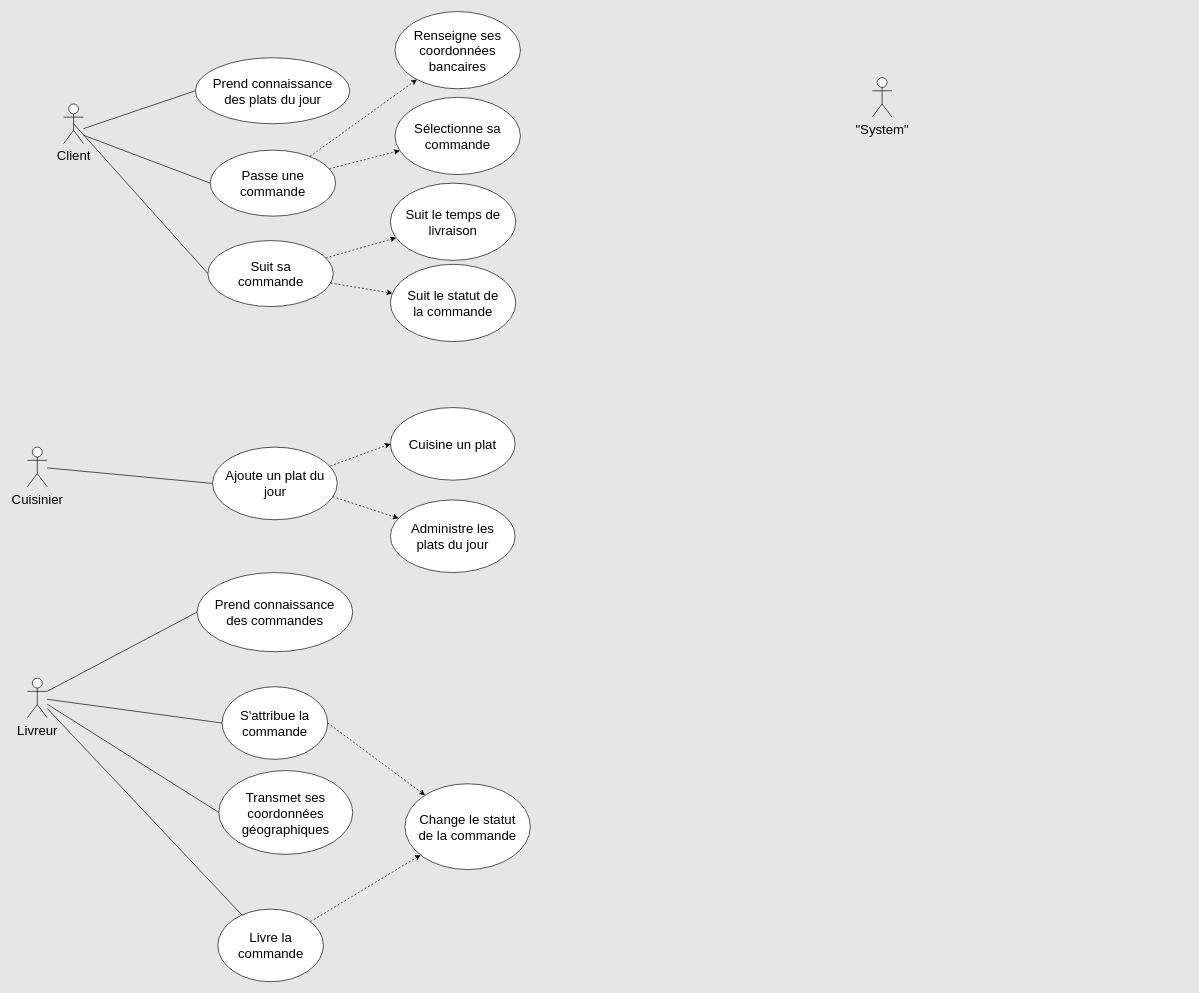
This is page "Diagramme de cas d'utilisation" (1 of 4) of P4_jourde_florian/P4_01_schémaUML/ExpressFood - Domain Driven Design.drawio from FlorianJourde/OpenClassrooms-3-Design-the-technical-solution-for-an-online-restaurant-application-ExpressFood, a draw.io file, before an edit. Source tidied: cells renumbered, new cells numbered last; positions are measured from the earlier drawing's top-left corner, leaving out a move shared by most shapes. Both pictures are drawn from the tidied source at 66%, with x=0, y=0 at pixel (27, 11).
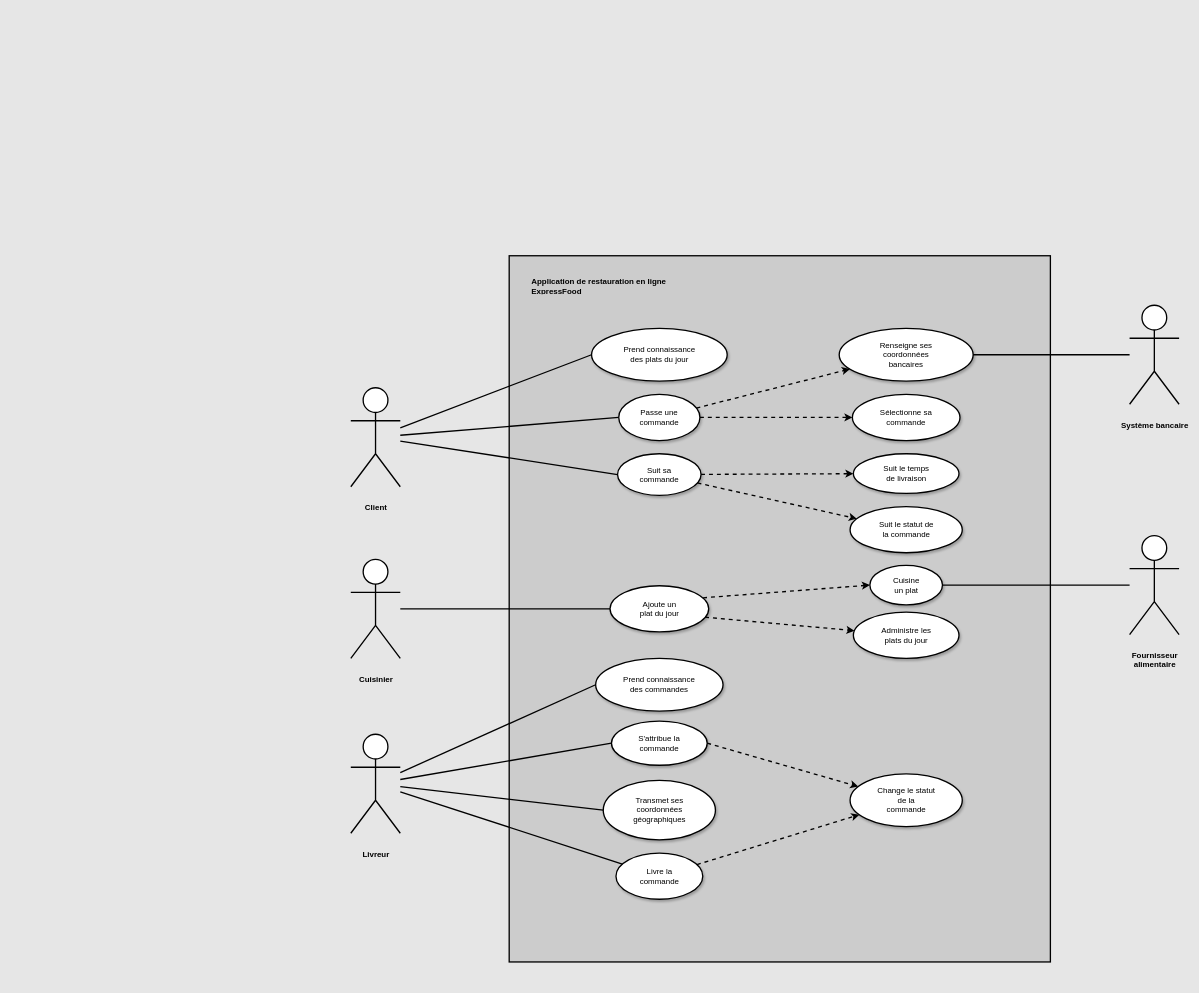
After the change.

The edit, as a diff of the source:
```diff
@@
+    <mxCell id="37" style="rounded=0;whiteSpace=wrap;html=1;shadow=0;labelBackgroundColor=none;labelBorderColor=none;fontSize=12;fontColor=default;strokeWidth=2;fillColor=#CCCCCC;" parent="1" vertex="1">
+      <mxGeometry x="730" y="370" width="820" height="1070" as="geometry" />
+    </mxCell>
-    <mxCell id="2" value="Client" style="shape=umlActor;verticalLabelPosition=bottom;verticalAlign=top;html=1;outlineConnect=0;fontSize=20;" parent="1" vertex="1">
-      <mxGeometry x="55" y="140" width="30" height="60" as="geometry" />
+    <mxCell id="2" value="Client" style="shape=umlActor;verticalLabelPosition=bottom;verticalAlign=top;html=1;outlineConnect=0;fontSize=12;strokeWidth=2;spacing=20;align=center;fontStyle=1;" parent="1" vertex="1">
+      <mxGeometry x="490" y="570" width="75" height="150" as="geometry" />
     </mxCell>
-    <mxCell id="3" value="Cuisinier&lt;br&gt;" style="shape=umlActor;verticalLabelPosition=bottom;verticalAlign=top;html=1;outlineConnect=0;fontSize=20;" parent="1" vertex="1">
-      <mxGeometry y="660" width="30" height="60" as="geometry" />
-    </mxCell>
-    <mxCell id="4" value="Livreur" style="shape=umlActor;verticalLabelPosition=bottom;verticalAlign=top;html=1;outlineConnect=0;fontSize=20;" parent="1" vertex="1">
-      <mxGeometry y="1010" width="30" height="60" as="geometry" />
+    <mxCell id="4" value="Livreur" style="shape=umlActor;verticalLabelPosition=bottom;verticalAlign=top;html=1;outlineConnect=0;fontSize=12;strokeWidth=2;spacing=20;align=center;fontStyle=1;" parent="1" vertex="1">
+      <mxGeometry x="490" y="1095" width="75" height="150" as="geometry" />
     </mxCell>
-    <mxCell id="5" style="endArrow=none;html=1;rounded=0;fontSize=20;entryX=0;entryY=0.5;entryDx=0;entryDy=0;" parent="1" edge="1" source="3" target="21">
+    <mxCell id="5" style="endArrow=none;html=1;rounded=0;fontSize=12;entryX=0;entryY=0.5;entryDx=0;entryDy=0;strokeWidth=2;spacing=40;align=center;verticalAlign=middle;" parent="1" edge="1" source="3" target="21">
       <mxGeometry relative="1" as="geometry" />
     </mxCell>
-    <mxCell id="6" style="endArrow=none;html=1;rounded=0;fontSize=20;entryX=0;entryY=0.5;entryDx=0;entryDy=0;" parent="1" edge="1" target="11">
-      <mxGeometry relative="1" as="geometry">
-        <mxPoint x="85" y="177.4" as="sourcePoint" />
-      </mxGeometry>
+    <mxCell id="6" style="endArrow=none;html=1;rounded=0;fontSize=12;entryX=0;entryY=0.5;entryDx=0;entryDy=0;strokeWidth=2;spacing=40;align=center;verticalAlign=middle;" parent="1" edge="1" source="2" target="11">
+      <mxGeometry relative="1" as="geometry" />
     </mxCell>
-    <mxCell id="7" style="endArrow=none;html=1;rounded=0;fontSize=20;entryX=0;entryY=0.5;entryDx=0;entryDy=0;" parent="1" edge="1" target="10">
-      <mxGeometry relative="1" as="geometry">
-        <mxPoint x="85" y="187.4" as="sourcePoint" />
-      </mxGeometry>
+    <mxCell id="7" style="endArrow=none;html=1;rounded=0;fontSize=12;entryX=0;entryY=0.5;entryDx=0;entryDy=0;strokeWidth=2;spacing=40;align=center;verticalAlign=middle;" parent="1" edge="1" source="2" target="10">
+      <mxGeometry relative="1" as="geometry" />
     </mxCell>
-    <mxCell id="8" style="endArrow=none;html=1;rounded=0;fontSize=20;entryX=0;entryY=0.5;entryDx=0;entryDy=0;" parent="1" edge="1" source="4" target="9">
+    <mxCell id="8" style="endArrow=none;html=1;rounded=0;fontSize=12;entryX=0;entryY=0.5;entryDx=0;entryDy=0;strokeWidth=2;spacing=40;align=center;verticalAlign=middle;" parent="1" edge="1" source="4" target="9">
       <mxGeometry relative="1" as="geometry" />
     </mxCell>
-    <mxCell id="9" value="&lt;span&gt;S'attribue la commande&lt;br&gt;&lt;/span&gt;" style="ellipse;whiteSpace=wrap;html=1;fontSize=20;spacing=20;" parent="1" vertex="1">
-      <mxGeometry x="295" y="1023" width="160" height="110" as="geometry" />
+    <mxCell id="9" value="&lt;span style=&quot;font-size: 12px;&quot;&gt;S'attribue la commande&lt;br style=&quot;font-size: 12px;&quot;&gt;&lt;/span&gt;" style="ellipse;whiteSpace=wrap;html=1;fontSize=12;spacing=2;strokeWidth=2;align=center;verticalAlign=middle;spacingTop=20;spacingBottom=20;spacingLeft=40;spacingRight=40;shadow=1;" parent="1" vertex="1">
+      <mxGeometry x="885" y="1075" width="145" height="67" as="geometry" />
     </mxCell>
-    <mxCell id="10" value="Passe une commande" style="ellipse;whiteSpace=wrap;html=1;fontSize=20;spacing=20;" parent="1" vertex="1">
-      <mxGeometry x="277" y="210" width="190" height="100" as="geometry" />
+    <mxCell id="10" value="Passe une commande" style="ellipse;whiteSpace=wrap;html=1;fontSize=12;spacing=2;strokeWidth=2;align=center;verticalAlign=middle;spacingTop=20;spacingBottom=20;spacingLeft=40;spacingRight=40;shadow=1;" parent="1" vertex="1">
+      <mxGeometry x="896" y="580" width="123" height="70" as="geometry" />
     </mxCell>
-    <mxCell id="11" value="Prend connaissance des plats du jour" style="ellipse;whiteSpace=wrap;html=1;fontSize=20;spacing=20;" parent="1" vertex="1">
-      <mxGeometry x="254.5" y="70" width="234" height="100" as="geometry" />
+    <mxCell id="11" value="Prend connaissance des plats du jour" style="ellipse;whiteSpace=wrap;html=1;fontSize=12;spacing=2;strokeWidth=2;align=center;verticalAlign=middle;spacingTop=20;spacingBottom=20;spacingLeft=40;spacingRight=40;shadow=1;" parent="1" vertex="1">
+      <mxGeometry x="854.8" y="480" width="205.5" height="80" as="geometry" />
     </mxCell>
-    <mxCell id="12" value="Prend connaissance des commandes" style="ellipse;whiteSpace=wrap;html=1;fontSize=20;spacing=20;" parent="1" vertex="1">
-      <mxGeometry x="257" y="850" width="236" height="120" as="geometry" />
+    <mxCell id="12" value="Prend connaissance des commandes" style="ellipse;whiteSpace=wrap;html=1;fontSize=12;spacing=2;strokeWidth=2;align=center;verticalAlign=middle;spacingTop=20;spacingBottom=20;spacingLeft=40;spacingRight=40;shadow=1;" parent="1" vertex="1">
+      <mxGeometry x="861" y="980" width="193" height="80" as="geometry" />
     </mxCell>
-    <mxCell id="13" style="endArrow=none;html=1;rounded=0;fontSize=20;entryX=0;entryY=0.5;entryDx=0;entryDy=0;exitX=1;exitY=0.3333333333333333;exitDx=0;exitDy=0;exitPerimeter=0;" parent="1" edge="1" source="4" target="12">
+    <mxCell id="13" style="endArrow=none;html=1;rounded=0;fontSize=12;entryX=0;entryY=0.5;entryDx=0;entryDy=0;strokeWidth=2;spacing=40;align=center;verticalAlign=middle;" parent="1" edge="1" source="4" target="12">
       <mxGeometry relative="1" as="geometry" />
     </mxCell>
-    <mxCell id="14" value="Transmet ses coordonnées géographiques" style="ellipse;whiteSpace=wrap;html=1;fontSize=20;spacing=20;" parent="1" vertex="1">
-      <mxGeometry x="290" y="1150" width="203" height="127" as="geometry" />
+    <mxCell id="14" value="Transmet ses coordonnées géographiques" style="ellipse;whiteSpace=wrap;html=1;fontSize=12;spacing=2;strokeWidth=2;align=center;verticalAlign=middle;spacingTop=20;spacingBottom=20;spacingLeft=40;spacingRight=40;shadow=1;" parent="1" vertex="1">
+      <mxGeometry x="872.5" y="1165" width="170" height="90" as="geometry" />
     </mxCell>
-    <mxCell id="15" style="endArrow=none;html=1;rounded=0;fontSize=20;entryX=0;entryY=0.5;entryDx=0;entryDy=0;" parent="1" edge="1" source="4" target="14">
+    <mxCell id="15" style="endArrow=none;html=1;rounded=0;fontSize=12;entryX=0;entryY=0.5;entryDx=0;entryDy=0;strokeWidth=2;spacing=40;align=center;verticalAlign=middle;" parent="1" edge="1" source="4" target="14">
       <mxGeometry relative="1" as="geometry" />
     </mxCell>
-    <mxCell id="16" value="Renseigne ses coordonnées bancaires" style="ellipse;whiteSpace=wrap;html=1;fontSize=20;spacing=20;" parent="1" vertex="1">
-      <mxGeometry x="557" width="190" height="117" as="geometry" />
+    <mxCell id="16" value="Renseigne ses coordonnées bancaires" style="ellipse;fontSize=12;spacing=2;labelBorderColor=none;strokeWidth=2;align=center;verticalAlign=middle;spacingTop=20;spacingBottom=20;spacingLeft=40;spacingRight=40;shadow=1;whiteSpace=wrap;html=1;labelBackgroundColor=none;fillColor=default;fontColor=default;" parent="1" vertex="1">
+      <mxGeometry x="1230" y="480" width="203" height="80" as="geometry" />
     </mxCell>
-    <mxCell id="17" style="endArrow=classic;dashed=1;html=1;rounded=0;endFill=1;spacing=20;" parent="1" edge="1" source="10" target="16">
+    <mxCell id="17" style="endArrow=classic;dashed=1;html=1;rounded=0;endFill=1;spacing=2;fontSize=12;strokeWidth=2;align=center;verticalAlign=middle;spacingTop=20;spacingBottom=20;spacingLeft=40;spacingRight=40;" parent="1" edge="1" source="10" target="16">
       <mxGeometry relative="1" as="geometry" />
     </mxCell>
-    <mxCell id="18" value="Change le statut de la commande" style="ellipse;whiteSpace=wrap;html=1;fontSize=20;spacing=20;" parent="1" vertex="1">
-      <mxGeometry x="572" y="1170" width="190" height="130" as="geometry" />
+    <mxCell id="18" value="Change le statut de la commande" style="ellipse;fontSize=12;spacing=2;strokeWidth=2;align=center;verticalAlign=middle;spacingTop=20;spacingBottom=20;spacingLeft=40;spacingRight=40;shadow=1;whiteSpace=wrap;html=1;labelBorderColor=none;labelBackgroundColor=none;fillColor=default;fontColor=default;" parent="1" vertex="1">
+      <mxGeometry x="1246.5" y="1155" width="170" height="80" as="geometry" />
     </mxCell>
-    <mxCell id="19" style="endArrow=classic;dashed=1;html=1;rounded=0;exitX=1;exitY=0.5;exitDx=0;exitDy=0;endFill=1;spacing=20;" parent="1" edge="1" source="9" target="18">
+    <mxCell id="19" style="endArrow=classic;dashed=1;html=1;rounded=0;exitX=1;exitY=0.5;exitDx=0;exitDy=0;endFill=1;spacing=2;fontSize=12;strokeWidth=2;align=center;verticalAlign=middle;spacingTop=20;spacingBottom=20;spacingLeft=40;spacingRight=40;" parent="1" edge="1" source="9" target="18">
       <mxGeometry relative="1" as="geometry" />
     </mxCell>
-    <mxCell id="20" value="&lt;span&gt;Livre la commande&lt;/span&gt;" style="ellipse;whiteSpace=wrap;html=1;fontSize=20;spacing=20;" parent="1" vertex="1">
-      <mxGeometry x="288.5" y="1360" width="160" height="110" as="geometry" />
+    <mxCell id="20" value="&lt;span style=&quot;font-size: 12px;&quot;&gt;Livre la commande&lt;/span&gt;" style="ellipse;whiteSpace=wrap;html=1;fontSize=12;spacing=2;strokeWidth=2;align=center;verticalAlign=middle;spacingTop=20;spacingBottom=20;spacingLeft=40;spacingRight=40;shadow=1;" parent="1" vertex="1">
+      <mxGeometry x="891.8" y="1275" width="131.5" height="70" as="geometry" />
     </mxCell>
-    <mxCell id="21" value="&lt;font style=&quot;font-size: 20px&quot;&gt;Ajoute un plat du jour&lt;/font&gt;" style="ellipse;whiteSpace=wrap;html=1;fontSize=20;spacing=20;" parent="1" vertex="1">
-      <mxGeometry x="280.5" y="660" width="189" height="110" as="geometry" />
+    <mxCell id="21" value="&lt;font style=&quot;font-size: 12px;&quot;&gt;Ajoute un plat du jour&lt;/font&gt;" style="ellipse;whiteSpace=wrap;html=1;fontSize=12;spacing=2;strokeWidth=2;align=center;verticalAlign=middle;spacingTop=20;spacingBottom=20;spacingLeft=40;spacingRight=40;shadow=1;" parent="1" vertex="1">
+      <mxGeometry x="882.8" y="870" width="149.5" height="70" as="geometry" />
     </mxCell>
-    <mxCell id="22" value="&lt;font style=&quot;font-size: 20px&quot;&gt;Cuisine un plat&lt;br&gt;&lt;/font&gt;" style="ellipse;whiteSpace=wrap;html=1;fontSize=20;spacing=20;" parent="1" vertex="1">
-      <mxGeometry x="550" y="600" width="189" height="110" as="geometry" />
+    <mxCell id="22" value="Cuisine un plat&lt;br&gt;" style="ellipse;fontSize=12;spacing=2;strokeWidth=2;align=center;verticalAlign=middle;spacingTop=20;spacingBottom=20;spacingLeft=40;spacingRight=40;shadow=1;whiteSpace=wrap;html=1;labelBorderColor=none;labelBackgroundColor=none;fillColor=default;fontColor=default;" parent="1" vertex="1">
+      <mxGeometry x="1276.5" y="839" width="110" height="60" as="geometry" />
     </mxCell>
-    <mxCell id="23" value="&lt;font style=&quot;font-size: 20px&quot;&gt;Administre les plats du jour&lt;br&gt;&lt;/font&gt;" style="ellipse;whiteSpace=wrap;html=1;fontSize=20;spacing=20;" parent="1" vertex="1">
-      <mxGeometry x="550" y="740" width="189" height="110" as="geometry" />
+    <mxCell id="23" value="Administre les plats du jour&lt;br&gt;" style="ellipse;fontSize=12;spacing=2;strokeWidth=2;align=center;verticalAlign=middle;spacingTop=20;spacingBottom=20;spacingLeft=40;spacingRight=40;shadow=1;whiteSpace=wrap;html=1;labelBorderColor=none;labelBackgroundColor=none;fillColor=default;fontColor=default;" parent="1" vertex="1">
+      <mxGeometry x="1251.5" y="910" width="160" height="70" as="geometry" />
     </mxCell>
-    <mxCell id="24" style="endArrow=classic;dashed=1;html=1;rounded=0;entryX=0;entryY=0.5;entryDx=0;entryDy=0;strokeWidth=1;endFill=1;exitX=0.943;exitY=0.261;exitDx=0;exitDy=0;exitPerimeter=0;spacing=20;" parent="1" edge="1" source="21" target="22">
+    <mxCell id="24" style="endArrow=classic;dashed=1;html=1;rounded=0;entryX=0;entryY=0.5;entryDx=0;entryDy=0;strokeWidth=2;endFill=1;exitX=0.943;exitY=0.261;exitDx=0;exitDy=0;exitPerimeter=0;spacing=2;fontSize=12;align=center;verticalAlign=middle;spacingTop=20;spacingBottom=20;spacingLeft=40;spacingRight=40;" parent="1" edge="1" source="21" target="22">
       <mxGeometry relative="1" as="geometry" />
     </mxCell>
-    <mxCell id="25" style="endArrow=classic;dashed=1;html=1;rounded=0;endFill=1;exitX=0.963;exitY=0.681;exitDx=0;exitDy=0;exitPerimeter=0;spacing=20;" parent="1" edge="1" source="21" target="23">
+    <mxCell id="25" style="endArrow=classic;dashed=1;html=1;rounded=0;endFill=1;exitX=0.963;exitY=0.681;exitDx=0;exitDy=0;exitPerimeter=0;spacing=2;fontSize=12;strokeWidth=2;align=center;verticalAlign=middle;spacingTop=20;spacingBottom=20;spacingLeft=40;spacingRight=40;" parent="1" edge="1" source="21" target="23">
       <mxGeometry relative="1" as="geometry" />
     </mxCell>
-    <mxCell id="26" value="Sélectionne sa commande" style="ellipse;whiteSpace=wrap;html=1;fontSize=20;spacing=20;" parent="1" vertex="1">
-      <mxGeometry x="557" y="130" width="190" height="117" as="geometry" />
+    <mxCell id="26" value="Sélectionne sa commande" style="ellipse;fontSize=12;spacing=2;strokeWidth=2;align=center;verticalAlign=middle;spacingTop=20;spacingBottom=20;spacingLeft=40;spacingRight=40;shadow=1;whiteSpace=wrap;html=1;labelBorderColor=none;labelBackgroundColor=none;fillColor=default;fontColor=default;" parent="1" vertex="1">
+      <mxGeometry x="1250" y="580" width="163" height="70" as="geometry" />
     </mxCell>
-    <mxCell id="27" value="Suit sa commande" style="ellipse;whiteSpace=wrap;html=1;fontSize=20;spacing=20;" parent="1" vertex="1">
-      <mxGeometry x="273.5" y="347" width="190" height="100" as="geometry" />
+    <mxCell id="27" value="Suit sa commande" style="ellipse;whiteSpace=wrap;html=1;fontSize=12;spacing=2;strokeWidth=2;align=center;verticalAlign=middle;spacingTop=20;spacingBottom=20;spacingLeft=40;spacingRight=40;shadow=1;" parent="1" vertex="1">
+      <mxGeometry x="894.2" y="670" width="126.5" height="63" as="geometry" />
     </mxCell>
-    <mxCell id="28" value="Suit le temps de livraison" style="ellipse;whiteSpace=wrap;html=1;fontSize=20;spacing=20;" parent="1" vertex="1">
-      <mxGeometry x="550" y="260" width="190" height="117" as="geometry" />
+    <mxCell id="28" value="Suit le temps de livraison" style="ellipse;fontSize=12;spacing=2;strokeWidth=2;align=center;verticalAlign=middle;spacingTop=20;spacingBottom=20;spacingLeft=40;spacingRight=40;shadow=1;whiteSpace=wrap;html=1;labelBorderColor=none;labelBackgroundColor=none;fillColor=default;fontColor=default;" parent="1" vertex="1">
+      <mxGeometry x="1251.5" y="670" width="160" height="60" as="geometry" />
     </mxCell>
-    <mxCell id="29" value="Suit le statut de la commande" style="ellipse;whiteSpace=wrap;html=1;fontSize=20;spacing=20;" parent="1" vertex="1">
-      <mxGeometry x="550" y="383" width="190" height="117" as="geometry" />
+    <mxCell id="29" value="Suit le statut de la commande" style="ellipse;fontSize=12;spacing=2;strokeWidth=2;align=center;verticalAlign=middle;spacingTop=20;spacingBottom=20;spacingLeft=40;spacingRight=40;shadow=1;whiteSpace=wrap;html=1;labelBorderColor=none;labelBackgroundColor=none;fillColor=default;fontColor=default;" parent="1" vertex="1">
+      <mxGeometry x="1246.5" y="750" width="170" height="70" as="geometry" />
     </mxCell>
-    <mxCell id="30" style="endArrow=classic;dashed=1;html=1;rounded=0;endFill=1;spacing=20;" parent="1" edge="1" source="10" target="26">
+    <mxCell id="30" style="endArrow=classic;dashed=1;html=1;rounded=0;endFill=1;spacing=2;fontSize=12;strokeWidth=2;align=center;verticalAlign=middle;spacingTop=20;spacingBottom=20;spacingLeft=40;spacingRight=40;" parent="1" edge="1" source="10" target="26">
       <mxGeometry relative="1" as="geometry" />
     </mxCell>
-    <mxCell id="31" style="endArrow=classic;dashed=1;html=1;rounded=0;endFill=1;spacing=20;" parent="1" edge="1" source="27" target="28">
+    <mxCell id="31" style="endArrow=classic;dashed=1;html=1;rounded=0;endFill=1;spacing=2;fontSize=12;strokeWidth=2;align=center;verticalAlign=middle;spacingTop=20;spacingBottom=20;spacingLeft=40;spacingRight=40;" parent="1" edge="1" source="27" target="28">
       <mxGeometry relative="1" as="geometry" />
     </mxCell>
-    <mxCell id="32" style="endArrow=classic;dashed=1;html=1;rounded=0;endFill=1;spacing=20;" parent="1" edge="1" source="27" target="29">
+    <mxCell id="32" style="endArrow=classic;dashed=1;html=1;rounded=0;endFill=1;spacing=2;fontSize=12;strokeWidth=2;align=center;verticalAlign=middle;spacingTop=20;spacingBottom=20;spacingLeft=40;spacingRight=40;" parent="1" edge="1" source="27" target="29">
       <mxGeometry relative="1" as="geometry" />
     </mxCell>
-    <mxCell id="33" style="endArrow=none;html=1;rounded=0;fontSize=20;exitX=0.5;exitY=0.5;exitDx=0;exitDy=0;exitPerimeter=0;entryX=0;entryY=0.5;entryDx=0;entryDy=0;" parent="1" edge="1" source="2" target="27">
+    <mxCell id="33" style="endArrow=none;html=1;rounded=0;fontSize=12;entryX=0;entryY=0.5;entryDx=0;entryDy=0;strokeWidth=2;spacing=40;align=center;verticalAlign=middle;" parent="1" edge="1" source="2" target="27">
       <mxGeometry relative="1" as="geometry" />
     </mxCell>
-    <mxCell id="34" value="&quot;System&quot;" style="shape=umlActor;verticalLabelPosition=bottom;verticalAlign=top;html=1;fontSize=20;" parent="1" vertex="1">
-      <mxGeometry x="1280" y="100" width="30" height="60" as="geometry" />
-    </mxCell>
-    <mxCell id="35" style="endArrow=classic;dashed=1;html=1;rounded=0;endFill=1;spacing=20;" parent="1" edge="1" source="20" target="18">
+    <mxCell id="35" style="endArrow=classic;dashed=1;html=1;rounded=0;endFill=1;spacing=2;fontSize=12;strokeWidth=2;align=center;verticalAlign=middle;spacingTop=20;spacingBottom=20;spacingLeft=40;spacingRight=40;" parent="1" edge="1" source="20" target="18">
       <mxGeometry relative="1" as="geometry" />
     </mxCell>
-    <mxCell id="36" style="endArrow=none;html=1;rounded=0;fontSize=20;" parent="1" edge="1" source="4" target="20">
+    <mxCell id="36" style="endArrow=none;html=1;rounded=0;fontSize=12;strokeWidth=2;spacing=40;align=center;verticalAlign=middle;" parent="1" edge="1" source="4" target="20">
       <mxGeometry relative="1" as="geometry" />
     </mxCell>
+    <mxCell id="3" value="Cuisinier" style="shape=umlActor;verticalLabelPosition=bottom;verticalAlign=top;html=1;outlineConnect=0;fontSize=12;strokeWidth=2;spacing=20;align=center;fontStyle=1;" parent="1" vertex="1">
+      <mxGeometry x="490" y="830" width="75" height="150" as="geometry" />
+    </mxCell>
+    <mxCell id="38" value="Système bancaire&lt;br&gt;" style="shape=umlActor;verticalLabelPosition=bottom;verticalAlign=top;html=1;outlineConnect=0;fontSize=12;strokeWidth=2;spacing=20;align=center;fontStyle=1;" parent="1" vertex="1">
+      <mxGeometry x="1670" y="445" width="75" height="150" as="geometry" />
+    </mxCell>
+    <mxCell id="39" value="&lt;b&gt;Application de restauration en ligne&lt;br&gt;ExpressFood&lt;/b&gt;" style="text;strokeColor=none;fillColor=none;align=left;verticalAlign=middle;spacingLeft=4;spacingRight=4;overflow=hidden;shadow=1;labelBackgroundColor=none;labelBorderColor=none;fontSize=12;fontColor=#000000;html=1;" parent="1" vertex="1">
+      <mxGeometry x="757.5" y="400" width="440" height="30" as="geometry" />
+    </mxCell>
+    <mxCell id="40" value="Fournisseur&lt;br&gt;alimentaire" style="shape=umlActor;verticalLabelPosition=bottom;verticalAlign=top;html=1;outlineConnect=0;fontSize=12;strokeWidth=2;spacing=20;align=center;fontStyle=1;" parent="1" vertex="1">
+      <mxGeometry x="1670" y="794" width="75" height="150" as="geometry" />
+    </mxCell>
+    <mxCell id="41" style="endArrow=none;html=1;rounded=0;shadow=0;fontSize=12;fontColor=default;strokeColor=default;strokeWidth=2;" parent="1" edge="1" source="22" target="40">
+      <mxGeometry relative="1" as="geometry" />
+    </mxCell>
+    <mxCell id="42" style="endArrow=none;html=1;rounded=0;shadow=0;fontSize=12;fontColor=default;strokeColor=default;strokeWidth=2;" parent="1" edge="1" source="16" target="38">
+      <mxGeometry relative="1" as="geometry" />
+    </mxCell>
```
